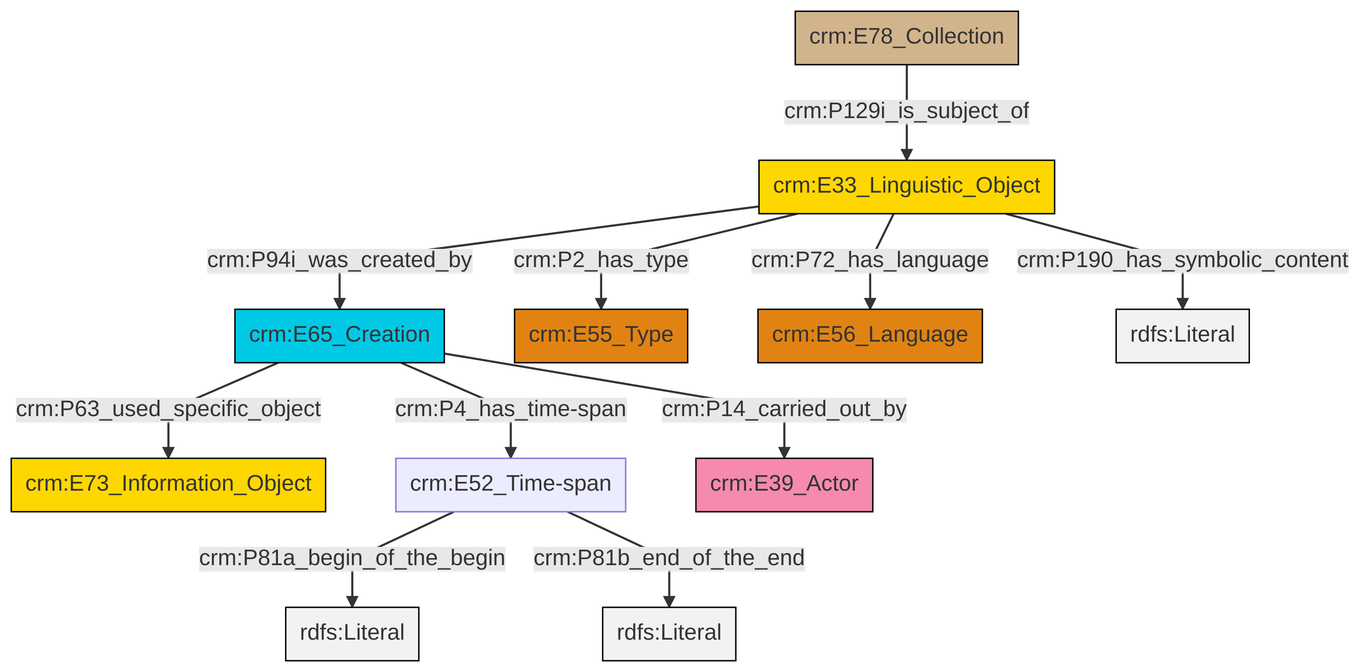
Above: et/archivalCSV/ttl/mmd/png/archival_desc.png in swiss-art-research-net/docs.swissartresearch (Mermaid), before the change. Its source is kept beside it as et/archivalCSV/ttl/mmd/archival_desc.ttl.mmd.
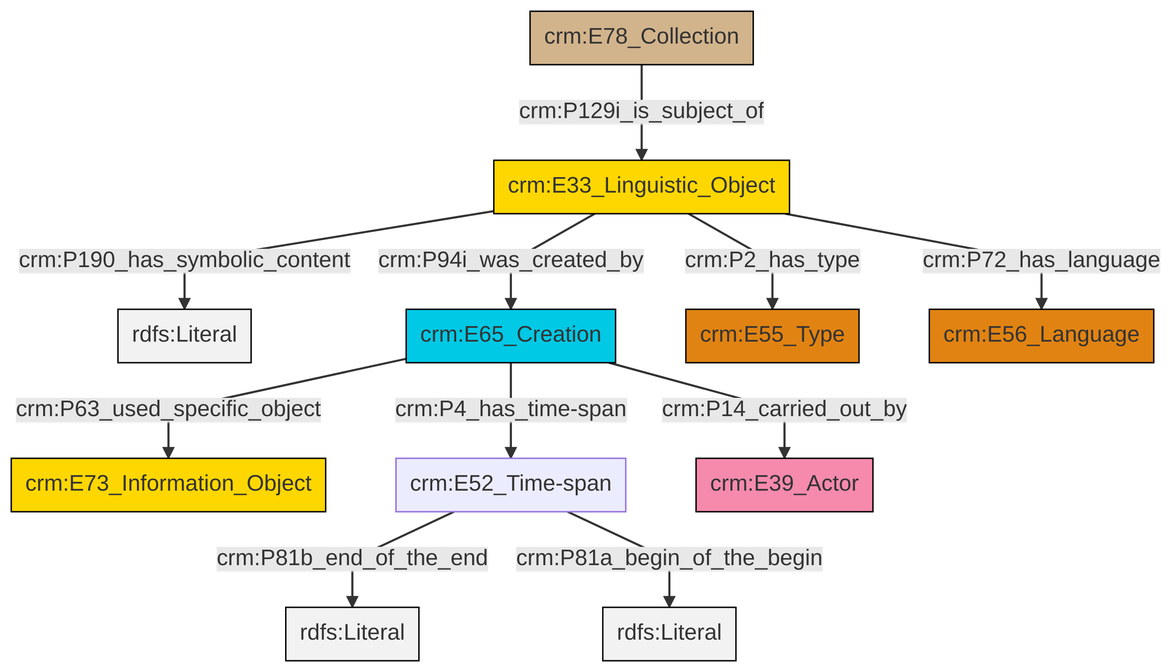
The same diagram one commit later.

Change to the diagram source:
```diff
@@ -13,13 +13,13 @@
 classDef PC_Classes fill:#4ce600, stroke:#000000;
 classDef Multi fill:#cccccc,stroke:#000000;
 
-0["crm:E65_Creation"]:::Temporal_Entity -->|crm:P63_used_specific_object| 1["crm:E73_Information_Object"]:::Conceptual_Object
-2["crm:E52_Time-span"]:::Default -->|crm:P81a_begin_of_the_begin| 3[rdfs:Literal]:::Literal
-4["crm:E78_Collection"]:::Physical_Thing -->|crm:P129i_is_subject_of| 5["crm:E33_Linguistic_Object"]:::Conceptual_Object
-0["crm:E65_Creation"]:::Temporal_Entity -->|crm:P14_carried_out_by| 7["crm:E39_Actor"]:::Actor
-0["crm:E65_Creation"]:::Temporal_Entity -->|crm:P4_has_time-span| 2["crm:E52_Time-span"]:::Default
-5["crm:E33_Linguistic_Object"]:::Conceptual_Object -->|crm:P2_has_type| 10["crm:E55_Type"]:::Type
-5["crm:E33_Linguistic_Object"]:::Conceptual_Object -->|crm:P72_has_language| 12["crm:E56_Language"]:::Type
-5["crm:E33_Linguistic_Object"]:::Conceptual_Object -->|crm:P94i_was_created_by| 0["crm:E65_Creation"]:::Temporal_Entity
-2["crm:E52_Time-span"]:::Default -->|crm:P81b_end_of_the_end| 15[rdfs:Literal]:::Literal
-5["crm:E33_Linguistic_Object"]:::Conceptual_Object -->|crm:P190_has_symbolic_content| 16[rdfs:Literal]:::Literal
+0["crm:E33_Linguistic_Object"]:::Conceptual_Object -->|crm:P190_has_symbolic_content| 1[rdfs:Literal]:::Literal
+4["crm:E65_Creation"]:::Temporal_Entity -->|crm:P4_has_time-span| 5["crm:E52_Time-span"]:::Default
+6["crm:E78_Collection"]:::Physical_Thing -->|crm:P129i_is_subject_of| 0["crm:E33_Linguistic_Object"]:::Conceptual_Object
+0["crm:E33_Linguistic_Object"]:::Conceptual_Object -->|crm:P2_has_type| 7["crm:E55_Type"]:::Type
+5["crm:E52_Time-span"]:::Default -->|crm:P81b_end_of_the_end| 8[rdfs:Literal]:::Literal
+4["crm:E65_Creation"]:::Temporal_Entity -->|crm:P14_carried_out_by| 9["crm:E39_Actor"]:::Actor
+5["crm:E52_Time-span"]:::Default -->|crm:P81a_begin_of_the_begin| 10[rdfs:Literal]:::Literal
+0["crm:E33_Linguistic_Object"]:::Conceptual_Object -->|crm:P94i_was_created_by| 4["crm:E65_Creation"]:::Temporal_Entity
+4["crm:E65_Creation"]:::Temporal_Entity -->|crm:P63_used_specific_object| 2["crm:E73_Information_Object"]:::Conceptual_Object
+0["crm:E33_Linguistic_Object"]:::Conceptual_Object -->|crm:P72_has_language| 12["crm:E56_Language"]:::Type
```
